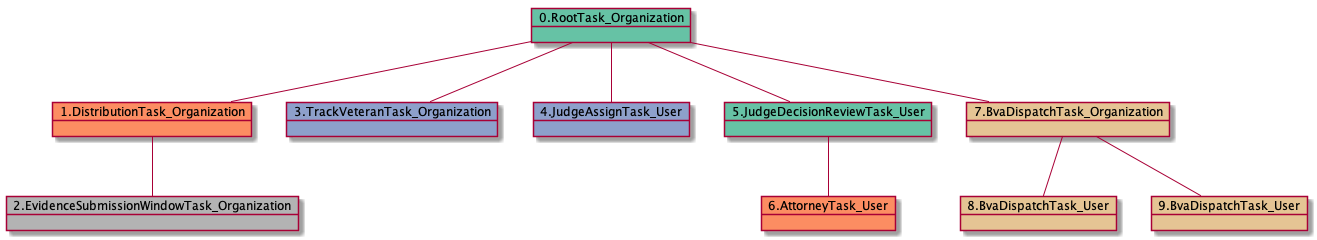
The PlantUML diagram docs-ES/uml/RTO.DTO.ESWTO.TVTO.JATU.JDRTU.ATU.BDTO.BDTU-17948.png in yoomlam/graphing, before a commit.
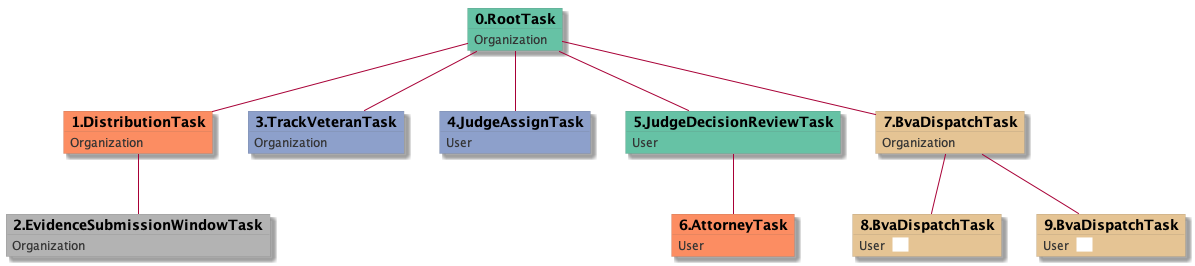
After the commit.

What changed in the source:
```diff
@@ -1,21 +1,49 @@
 @startuml
-object 0.RootTask_Organization #66c2a5
-object 1.DistributionTask_Organization #fc8d62
-object 2.EvidenceSubmissionWindowTask_Organization #b3b3b3
-object 3.TrackVeteranTask_Organization #8da0cb
-object 4.JudgeAssignTask_User #8da0cb
-object 5.JudgeDecisionReviewTask_User #66c2a5
-object 6.AttorneyTask_User #fc8d62
-object 7.BvaDispatchTask_Organization #e5c494
-object 8.BvaDispatchTask_User #e5c494
-object 9.BvaDispatchTask_User #e5c494
-0.RootTask_Organization -- 1.DistributionTask_Organization
-1.DistributionTask_Organization -- 2.EvidenceSubmissionWindowTask_Organization
-0.RootTask_Organization -- 3.TrackVeteranTask_Organization
-0.RootTask_Organization -- 4.JudgeAssignTask_User
-0.RootTask_Organization -- 5.JudgeDecisionReviewTask_User
-5.JudgeDecisionReviewTask_User -- 6.AttorneyTask_User
-0.RootTask_Organization -- 7.BvaDispatchTask_Organization
-7.BvaDispatchTask_Organization -- 8.BvaDispatchTask_User
-7.BvaDispatchTask_Organization -- 9.BvaDispatchTask_User
+skinparam {
+  ObjectBorderColor #555
+  ObjectBorderThickness 0
+  ObjectFontStyle bold
+  ObjectFontSize 14
+  ObjectAttributeFontColor #333
+  ObjectAttributeFontSize 12
+}
+  object 0.RootTask #66c2a5 {
+Organization
+}
+  object 1.DistributionTask #fc8d62 {
+Organization
+}
+  object 2.EvidenceSubmissionWindowTask #b3b3b3 {
+Organization
+}
+  object 3.TrackVeteranTask #8da0cb {
+Organization
+}
+  object 4.JudgeAssignTask #8da0cb {
+User
+}
+  object 5.JudgeDecisionReviewTask #66c2a5 {
+User
+}
+  object 6.AttorneyTask #fc8d62 {
+User
+}
+  object 7.BvaDispatchTask #e5c494 {
+Organization
+}
+  object 8.BvaDispatchTask #e5c494 {
+User  <back:white>    </back>
+}
+  object 9.BvaDispatchTask #e5c494 {
+User  <back:white>    </back>
+}
+0.RootTask -- 1.DistributionTask
+1.DistributionTask -- 2.EvidenceSubmissionWindowTask
+0.RootTask -- 3.TrackVeteranTask
+0.RootTask -- 4.JudgeAssignTask
+0.RootTask -- 5.JudgeDecisionReviewTask
+5.JudgeDecisionReviewTask -- 6.AttorneyTask
+0.RootTask -- 7.BvaDispatchTask
+7.BvaDispatchTask -- 8.BvaDispatchTask
+7.BvaDispatchTask -- 9.BvaDispatchTask
 @enduml
```
